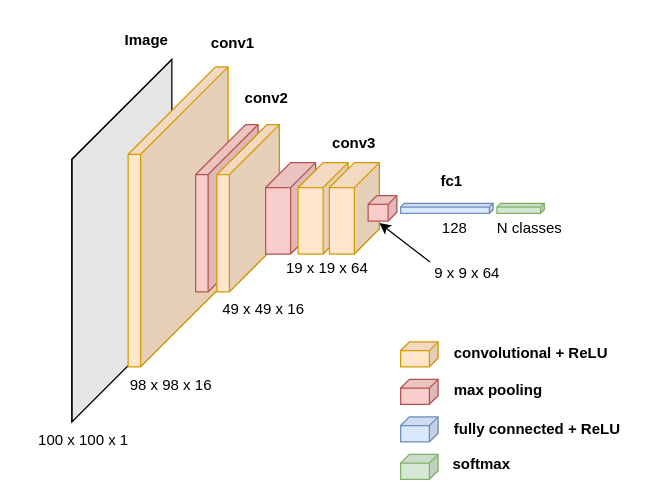
bmsasilva/Neural-Network-Architecture-Diagrams keeps this draw.io diagram as vgg16_xml.drawio. Above is the earlier version. Source tidied: cells renumbered, new cells numbered last; positions are measured from the earlier drawing's top-left corner, leaving out a move shared by most shapes. Both pictures are drawn from the tidied source at 125%, with x=0, y=0 at pixel (21, 21).
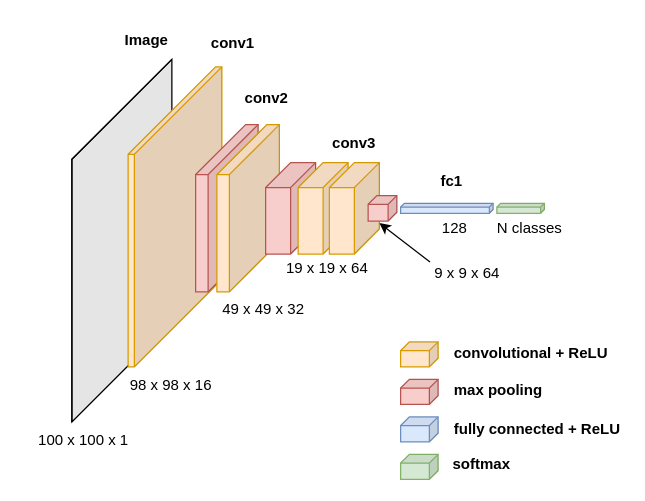
After the change.

The edit, as a diff of the source:
```diff
@@
     <mxCell id="3" style="shape=cube;whiteSpace=wrap;html=1;boundedLbl=1;backgroundOutline=1;darkOpacity=0.05;darkOpacity2=0.1;size=70;direction=east;flipH=1;fillColor=#ffe6cc;strokeColor=#d79b00;" parent="1" vertex="1">
-      <mxGeometry x="85" y="36" width="80" height="240" as="geometry" />
+      <mxGeometry x="85" y="36" width="75" height="240" as="geometry" />
     </mxCell>
@@
-    <mxCell id="22" value="49 x 49 x 16" style="text;html=1;strokeColor=none;fillColor=none;align=center;verticalAlign=middle;whiteSpace=wrap;rounded=0;" parent="1" vertex="1">
+    <mxCell id="22" value="49 x 49 x 32" style="text;html=1;strokeColor=none;fillColor=none;align=center;verticalAlign=middle;whiteSpace=wrap;rounded=0;" parent="1" vertex="1">
       <mxGeometry x="144" y="215" width="99" height="30" as="geometry" />
     </mxCell>
```
